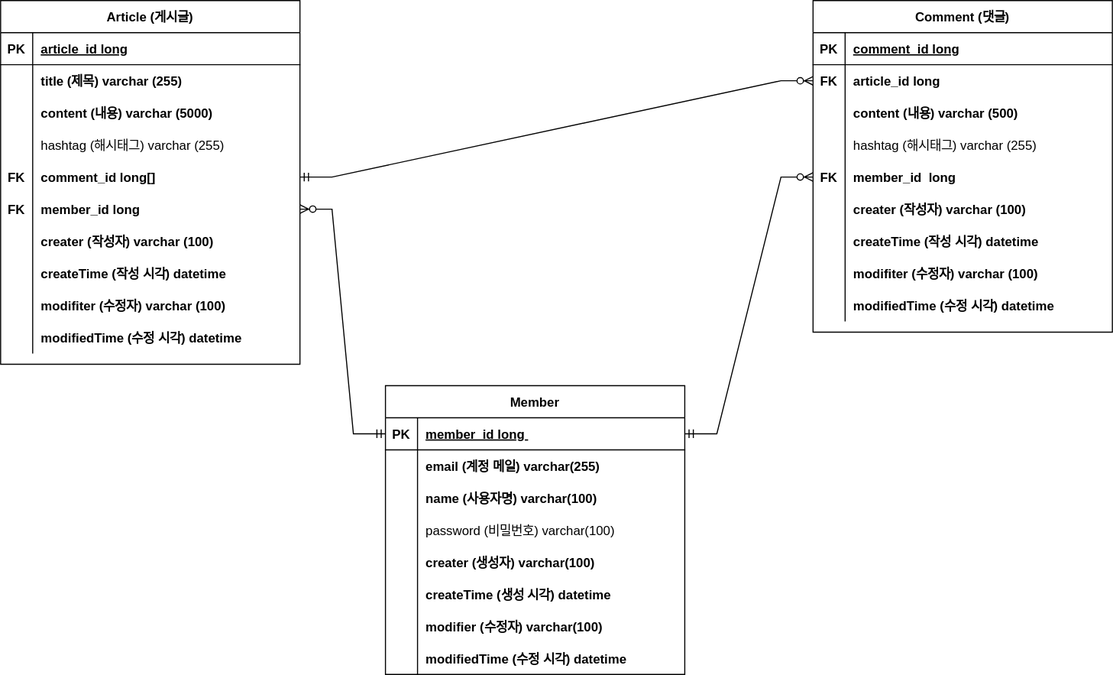
This is documents/ERD/simple_board_erd.svg from GuardJo/simple-board-project, a draw.io export, as it was before one commit. Source tidied: cells renumbered, new cells last; positions are measured from the earlier drawing's top-left corner, leaving out a move shared by most shapes.
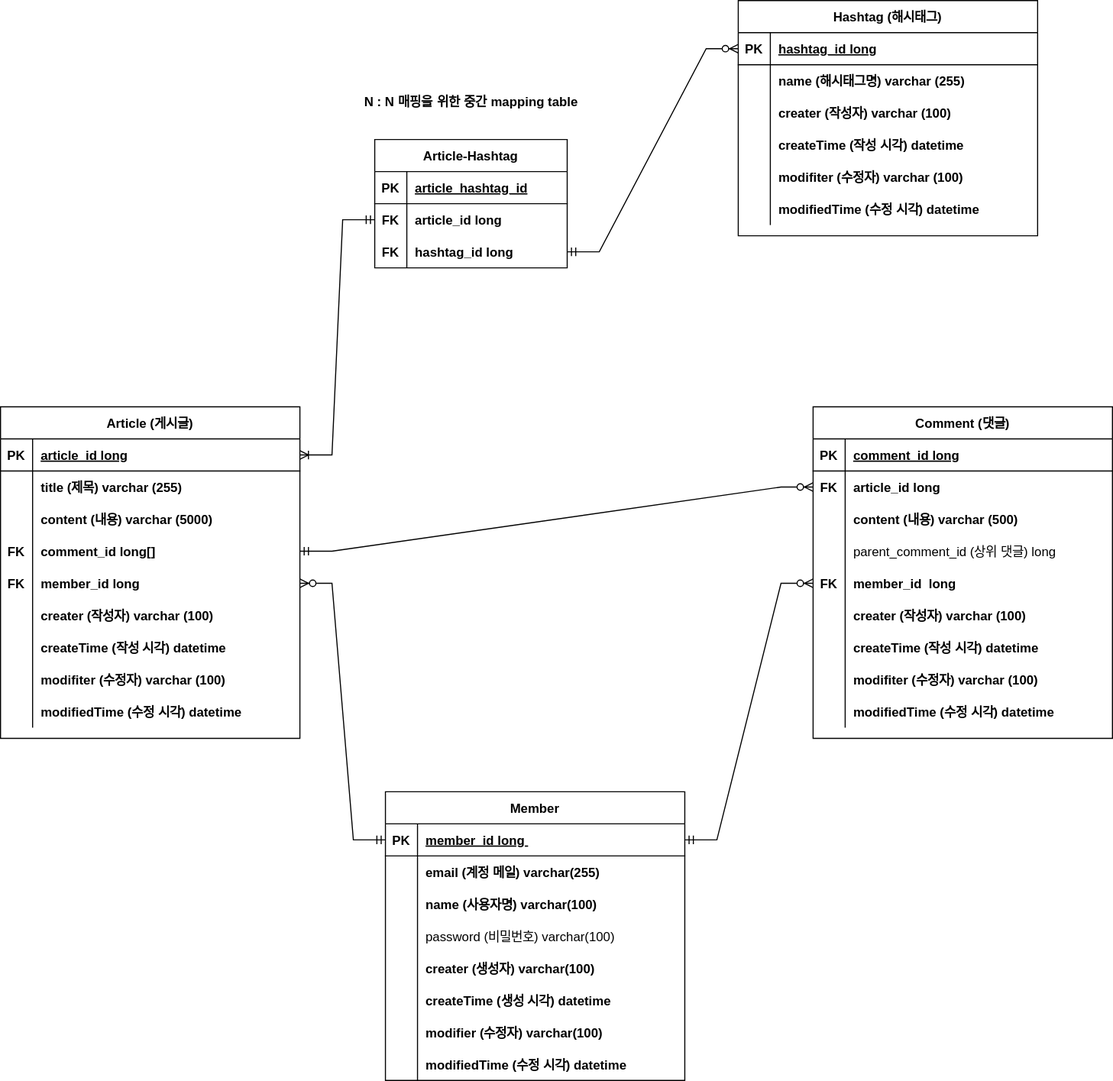
After the change.

Commit message:
#41 기능 추가에 따른 ERP 업데이트

- 해시태그 도메인 확장에 따른 N : N 연관관계 추가
- 대댓글 기능 추가에 따른 Comment 테이블 내 상위 댓글 id 추가

Change to the diagram source:
```diff
@@ -3,7 +3,7 @@
     <mxCell id="0" />
     <mxCell id="1" parent="0" />
     <mxCell id="2" value="Article (게시글)" style="shape=table;startSize=30;rowLines=0;fontStyle=1;align=center;" parent="1" vertex="1">
-      <mxGeometry width="280" height="340" as="geometry" />
+      <mxGeometry width="280" height="310" as="geometry" />
     </mxCell>
     <mxCell id="3" style="shape=tableRow;horizontal=0;startSize=0;swimlaneHead=0;swimlaneBody=0;fillColor=none;points=[[0,0.5],[1,0.5]];portConstraint=eastwest;top=0;left=0;right=0;bottom=1;" parent="2" vertex="1">
       <mxGeometry y="30" width="280" height="30" as="geometry" />
@@ -32,17 +32,8 @@
     <mxCell id="11" value="content (내용) varchar (5000)" style="shape=partialRectangle;fillColor=none;top=0;left=0;bottom=0;right=0;align=left;spacingLeft=6;overflow=hidden;fontStyle=1;" parent="9" vertex="1">
       <mxGeometry x="30" width="250" height="30" as="geometry" />
     </mxCell>
-    <mxCell id="12" style="shape=tableRow;horizontal=0;startSize=0;swimlaneHead=0;swimlaneBody=0;fillColor=none;top=0;left=0;right=0;bottom=0;" parent="2" vertex="1">
-      <mxGeometry y="120" width="280" height="30" as="geometry" />
-    </mxCell>
-    <mxCell id="13" style="shape=partialRectangle;fillColor=none;top=0;left=0;bottom=0;right=0;overflow=hidden;" parent="12" vertex="1">
-      <mxGeometry width="30" height="30" as="geometry" />
-    </mxCell>
-    <mxCell id="14" value="hashtag (해시태그) varchar (255)" style="shape=partialRectangle;fillColor=none;top=0;left=0;bottom=0;right=0;align=left;spacingLeft=6;overflow=hidden;" parent="12" vertex="1">
-      <mxGeometry x="30" width="250" height="30" as="geometry" />
-    </mxCell>
     <mxCell id="15" style="shape=tableRow;horizontal=0;startSize=0;swimlaneHead=0;swimlaneBody=0;fillColor=none;points=[[0,0.5],[1,0.5]];portConstraint=eastwest;top=0;left=0;right=0;bottom=0;fontStyle=1;" parent="2" vertex="1">
-      <mxGeometry y="150" width="280" height="30" as="geometry" />
+      <mxGeometry y="120" width="280" height="30" as="geometry" />
     </mxCell>
     <mxCell id="16" value="FK" style="shape=partialRectangle;fillColor=none;top=0;left=0;bottom=0;right=0;overflow=hidden;fontStyle=1;" parent="15" vertex="1">
       <mxGeometry width="30" height="30" as="geometry" />
@@ -51,7 +42,7 @@
       <mxGeometry x="30" width="250" height="30" as="geometry" />
     </mxCell>
     <mxCell id="18" style="shape=tableRow;horizontal=0;startSize=0;swimlaneHead=0;swimlaneBody=0;fillColor=none;points=[[0,0.5],[1,0.5]];portConstraint=eastwest;top=0;left=0;right=0;bottom=0;fontStyle=1;" parent="2" vertex="1">
-      <mxGeometry y="180" width="280" height="30" as="geometry" />
+      <mxGeometry y="150" width="280" height="30" as="geometry" />
     </mxCell>
     <mxCell id="19" value="FK" style="shape=partialRectangle;fillColor=none;top=0;left=0;bottom=0;right=0;overflow=hidden;fontStyle=1;" parent="18" vertex="1">
       <mxGeometry width="30" height="30" as="geometry" />
@@ -60,7 +51,7 @@
       <mxGeometry x="30" width="250" height="30" as="geometry" />
     </mxCell>
     <mxCell id="21" style="shape=tableRow;horizontal=0;startSize=0;swimlaneHead=0;swimlaneBody=0;fillColor=none;top=0;left=0;right=0;bottom=0;" parent="2" vertex="1">
-      <mxGeometry y="210" width="280" height="30" as="geometry" />
+      <mxGeometry y="180" width="280" height="30" as="geometry" />
     </mxCell>
     <mxCell id="22" style="shape=partialRectangle;fillColor=none;top=0;left=0;bottom=0;right=0;overflow=hidden;" parent="21" vertex="1">
       <mxGeometry width="30" height="30" as="geometry" />
@@ -69,7 +60,7 @@
       <mxGeometry x="30" width="250" height="30" as="geometry" />
     </mxCell>
     <mxCell id="24" style="shape=tableRow;horizontal=0;startSize=0;swimlaneHead=0;swimlaneBody=0;fillColor=none;top=0;left=0;right=0;bottom=0;" parent="2" vertex="1">
-      <mxGeometry y="240" width="280" height="30" as="geometry" />
+      <mxGeometry y="210" width="280" height="30" as="geometry" />
     </mxCell>
     <mxCell id="25" style="shape=partialRectangle;fillColor=none;top=0;left=0;bottom=0;right=0;overflow=hidden;" parent="24" vertex="1">
       <mxGeometry width="30" height="30" as="geometry" />
@@ -78,7 +69,7 @@
       <mxGeometry x="30" width="250" height="30" as="geometry" />
     </mxCell>
     <mxCell id="27" style="shape=tableRow;horizontal=0;startSize=0;swimlaneHead=0;swimlaneBody=0;fillColor=none;top=0;left=0;right=0;bottom=0;" parent="2" vertex="1">
-      <mxGeometry y="270" width="280" height="30" as="geometry" />
+      <mxGeometry y="240" width="280" height="30" as="geometry" />
     </mxCell>
     <mxCell id="28" style="shape=partialRectangle;fillColor=none;top=0;left=0;bottom=0;right=0;overflow=hidden;" parent="27" vertex="1">
       <mxGeometry width="30" height="30" as="geometry" />
@@ -87,7 +78,7 @@
       <mxGeometry x="30" width="250" height="30" as="geometry" />
     </mxCell>
     <mxCell id="30" style="shape=tableRow;horizontal=0;startSize=0;swimlaneHead=0;swimlaneBody=0;fillColor=none;top=0;left=0;right=0;bottom=0;" parent="2" vertex="1">
-      <mxGeometry y="300" width="280" height="30" as="geometry" />
+      <mxGeometry y="270" width="280" height="30" as="geometry" />
     </mxCell>
     <mxCell id="31" style="shape=partialRectangle;fillColor=none;top=0;left=0;bottom=0;right=0;overflow=hidden;" parent="30" vertex="1">
       <mxGeometry width="30" height="30" as="geometry" />
@@ -131,7 +122,7 @@
     <mxCell id="44" style="shape=partialRectangle;fillColor=none;top=0;left=0;bottom=0;right=0;overflow=hidden;" parent="43" vertex="1">
       <mxGeometry width="30" height="30" as="geometry" />
     </mxCell>
-    <mxCell id="45" value="hashtag (해시태그) varchar (255)" style="shape=partialRectangle;fillColor=none;top=0;left=0;bottom=0;right=0;align=left;spacingLeft=6;overflow=hidden;" parent="43" vertex="1">
+    <mxCell id="45" value="parent_comment_id (상위 댓글) long" style="shape=partialRectangle;fillColor=none;top=0;left=0;bottom=0;right=0;align=left;spacingLeft=6;overflow=hidden;" parent="43" vertex="1">
       <mxGeometry x="30" width="250" height="30" as="geometry" />
     </mxCell>
     <mxCell id="46" style="shape=tableRow;horizontal=0;startSize=0;swimlaneHead=0;swimlaneBody=0;fillColor=none;points=[[0,0.5],[1,0.5]];portConstraint=eastwest;top=0;left=0;right=0;bottom=0;" parent="33" vertex="1">
@@ -263,5 +254,101 @@
     <mxCell id="88" style="edgeStyle=entityRelationEdgeStyle;fontSize=12;html=1;endArrow=ERzeroToMany;startArrow=ERmandOne;jumpStyle=line;rounded=0;entryX=0;entryY=0.5;entryDx=0;entryDy=0;exitX=1;exitY=0.5;exitDx=0;exitDy=0;" parent="1" edge="1" source="62" target="46">
       <mxGeometry relative="1" as="geometry" />
     </mxCell>
+    <mxCell id="89" value="Article-Hashtag" style="shape=table;startSize=30;rowLines=0;fontStyle=1;align=center;" parent="1" vertex="1">
+      <mxGeometry x="350" y="-250" width="180" height="120" as="geometry" />
+    </mxCell>
+    <mxCell id="90" style="shape=tableRow;horizontal=0;startSize=0;swimlaneHead=0;swimlaneBody=0;fillColor=none;top=0;left=0;right=0;bottom=1;" parent="89" vertex="1">
+      <mxGeometry y="30" width="180" height="30" as="geometry" />
+    </mxCell>
+    <mxCell id="91" value="PK" style="shape=partialRectangle;fillColor=none;top=0;left=0;bottom=0;right=0;fontStyle=1;overflow=hidden;" parent="90" vertex="1">
+      <mxGeometry width="30" height="30" as="geometry" />
+    </mxCell>
+    <mxCell id="92" value="article_hashtag_id" style="shape=partialRectangle;fillColor=none;top=0;left=0;bottom=0;right=0;align=left;spacingLeft=6;fontStyle=5;overflow=hidden;" parent="90" vertex="1">
+      <mxGeometry x="30" width="150" height="30" as="geometry" />
+    </mxCell>
+    <mxCell id="93" style="shape=tableRow;horizontal=0;startSize=0;swimlaneHead=0;swimlaneBody=0;fillColor=none;points=[[0,0.5],[1,0.5]];portConstraint=eastwest;top=0;left=0;right=0;bottom=0;fontStyle=1;" parent="89" vertex="1">
+      <mxGeometry y="60" width="180" height="30" as="geometry" />
+    </mxCell>
+    <mxCell id="94" value="FK" style="shape=partialRectangle;fillColor=none;top=0;left=0;bottom=0;right=0;overflow=hidden;fontStyle=1;" parent="93" vertex="1">
+      <mxGeometry width="30" height="30" as="geometry" />
+    </mxCell>
+    <mxCell id="95" value="article_id long" style="shape=partialRectangle;fillColor=none;top=0;left=0;bottom=0;right=0;align=left;spacingLeft=6;overflow=hidden;fontStyle=1;" parent="93" vertex="1">
+      <mxGeometry x="30" width="150" height="30" as="geometry" />
+    </mxCell>
+    <mxCell id="96" style="shape=tableRow;horizontal=0;startSize=0;swimlaneHead=0;swimlaneBody=0;fillColor=none;points=[[0,0.5],[1,0.5]];portConstraint=eastwest;top=0;left=0;right=0;bottom=0;" parent="89" vertex="1">
+      <mxGeometry y="90" width="180" height="30" as="geometry" />
+    </mxCell>
+    <mxCell id="97" value="FK" style="shape=partialRectangle;fillColor=none;top=0;left=0;bottom=0;right=0;overflow=hidden;fontStyle=1;" parent="96" vertex="1">
+      <mxGeometry width="30" height="30" as="geometry" />
+    </mxCell>
+    <mxCell id="98" value="hashtag_id long" style="shape=partialRectangle;fillColor=none;top=0;left=0;bottom=0;right=0;align=left;spacingLeft=6;overflow=hidden;fontStyle=1;" parent="96" vertex="1">
+      <mxGeometry x="30" width="150" height="30" as="geometry" />
+    </mxCell>
+    <mxCell id="99" value="Hashtag (해시태그)" style="shape=table;startSize=30;rowLines=0;fontStyle=1;align=center;" parent="1" vertex="1">
+      <mxGeometry x="690" y="-380" width="280" height="220" as="geometry" />
+    </mxCell>
+    <mxCell id="100" style="shape=tableRow;horizontal=0;startSize=0;swimlaneHead=0;swimlaneBody=0;fillColor=none;points=[[0,0.5],[1,0.5]];portConstraint=eastwest;top=0;left=0;right=0;bottom=1;" parent="99" vertex="1">
+      <mxGeometry y="30" width="280" height="30" as="geometry" />
+    </mxCell>
+    <mxCell id="101" value="PK" style="shape=partialRectangle;fillColor=none;top=0;left=0;bottom=0;right=0;fontStyle=1;overflow=hidden;" parent="100" vertex="1">
+      <mxGeometry width="30" height="30" as="geometry" />
+    </mxCell>
+    <mxCell id="102" value="hashtag_id long" style="shape=partialRectangle;fillColor=none;top=0;left=0;bottom=0;right=0;align=left;spacingLeft=6;fontStyle=5;overflow=hidden;" parent="100" vertex="1">
+      <mxGeometry x="30" width="250" height="30" as="geometry" />
+    </mxCell>
+    <mxCell id="103" style="shape=tableRow;horizontal=0;startSize=0;swimlaneHead=0;swimlaneBody=0;fillColor=none;top=0;left=0;right=0;bottom=0;" parent="99" vertex="1">
+      <mxGeometry y="60" width="280" height="30" as="geometry" />
+    </mxCell>
+    <mxCell id="104" style="shape=partialRectangle;fillColor=none;top=0;left=0;bottom=0;right=0;overflow=hidden;" parent="103" vertex="1">
+      <mxGeometry width="30" height="30" as="geometry" />
+    </mxCell>
+    <mxCell id="105" value="name (해시태그명) varchar (255)" style="shape=partialRectangle;fillColor=none;top=0;left=0;bottom=0;right=0;align=left;spacingLeft=6;overflow=hidden;fontStyle=1;" parent="103" vertex="1">
+      <mxGeometry x="30" width="250" height="30" as="geometry" />
+    </mxCell>
+    <mxCell id="106" style="shape=tableRow;horizontal=0;startSize=0;swimlaneHead=0;swimlaneBody=0;fillColor=none;top=0;left=0;right=0;bottom=0;" parent="99" vertex="1">
+      <mxGeometry y="90" width="280" height="30" as="geometry" />
+    </mxCell>
+    <mxCell id="107" style="shape=partialRectangle;fillColor=none;top=0;left=0;bottom=0;right=0;overflow=hidden;" parent="106" vertex="1">
+      <mxGeometry width="30" height="30" as="geometry" />
+    </mxCell>
+    <mxCell id="108" value="creater (작성자) varchar (100)" style="shape=partialRectangle;fillColor=none;top=0;left=0;bottom=0;right=0;align=left;spacingLeft=6;overflow=hidden;fontStyle=1;" parent="106" vertex="1">
+      <mxGeometry x="30" width="250" height="30" as="geometry" />
+    </mxCell>
+    <mxCell id="12" style="shape=tableRow;horizontal=0;startSize=0;swimlaneHead=0;swimlaneBody=0;fillColor=none;top=0;left=0;right=0;bottom=0;" parent="99" vertex="1">
+      <mxGeometry y="120" width="280" height="30" as="geometry" />
+    </mxCell>
+    <mxCell id="109" style="shape=partialRectangle;fillColor=none;top=0;left=0;bottom=0;right=0;overflow=hidden;" parent="12" vertex="1">
+      <mxGeometry width="30" height="30" as="geometry" />
+    </mxCell>
+    <mxCell id="110" value="createTime (작성 시각) datetime" style="shape=partialRectangle;fillColor=none;top=0;left=0;bottom=0;right=0;align=left;spacingLeft=6;overflow=hidden;fontStyle=1;" parent="12" vertex="1">
+      <mxGeometry x="30" width="250" height="30" as="geometry" />
+    </mxCell>
+    <mxCell id="111" style="shape=tableRow;horizontal=0;startSize=0;swimlaneHead=0;swimlaneBody=0;fillColor=none;top=0;left=0;right=0;bottom=0;" parent="99" vertex="1">
+      <mxGeometry y="150" width="280" height="30" as="geometry" />
+    </mxCell>
+    <mxCell id="112" style="shape=partialRectangle;fillColor=none;top=0;left=0;bottom=0;right=0;overflow=hidden;" parent="111" vertex="1">
+      <mxGeometry width="30" height="30" as="geometry" />
+    </mxCell>
+    <mxCell id="113" value="modifiter (수정자) varchar (100)" style="shape=partialRectangle;fillColor=none;top=0;left=0;bottom=0;right=0;align=left;spacingLeft=6;overflow=hidden;fontStyle=1;" parent="111" vertex="1">
+      <mxGeometry x="30" width="250" height="30" as="geometry" />
+    </mxCell>
+    <mxCell id="114" style="shape=tableRow;horizontal=0;startSize=0;swimlaneHead=0;swimlaneBody=0;fillColor=none;top=0;left=0;right=0;bottom=0;" parent="99" vertex="1">
+      <mxGeometry y="180" width="280" height="30" as="geometry" />
+    </mxCell>
+    <mxCell id="115" style="shape=partialRectangle;fillColor=none;top=0;left=0;bottom=0;right=0;overflow=hidden;" parent="114" vertex="1">
+      <mxGeometry width="30" height="30" as="geometry" />
+    </mxCell>
+    <mxCell id="116" value="modifiedTime (수정 시각) datetime" style="shape=partialRectangle;fillColor=none;top=0;left=0;bottom=0;right=0;align=left;spacingLeft=6;overflow=hidden;fontStyle=1;" parent="114" vertex="1">
+      <mxGeometry x="30" width="250" height="30" as="geometry" />
+    </mxCell>
+    <mxCell id="117" value="&lt;b&gt;N : N 매핑을 위한 중간 mapping table&lt;/b&gt;" style="text;html=1;align=center;verticalAlign=middle;strokeColor=none;fillColor=none;" parent="1" vertex="1">
+      <mxGeometry x="325" y="-300" width="230" height="30" as="geometry" />
+    </mxCell>
+    <mxCell id="118" style="edgeStyle=entityRelationEdgeStyle;fontSize=12;html=1;endArrow=ERzeroToMany;startArrow=ERmandOne;rounded=0;" parent="1" edge="1" source="96" target="100">
+      <mxGeometry relative="1" as="geometry" />
+    </mxCell>
+    <mxCell id="119" style="edgeStyle=entityRelationEdgeStyle;fontSize=12;html=1;endArrow=ERoneToMany;startArrow=ERmandOne;rounded=0;" parent="1" edge="1" source="93" target="3">
+      <mxGeometry relative="1" as="geometry" />
+    </mxCell>
   </root>
 </mxGraphModel>
```
